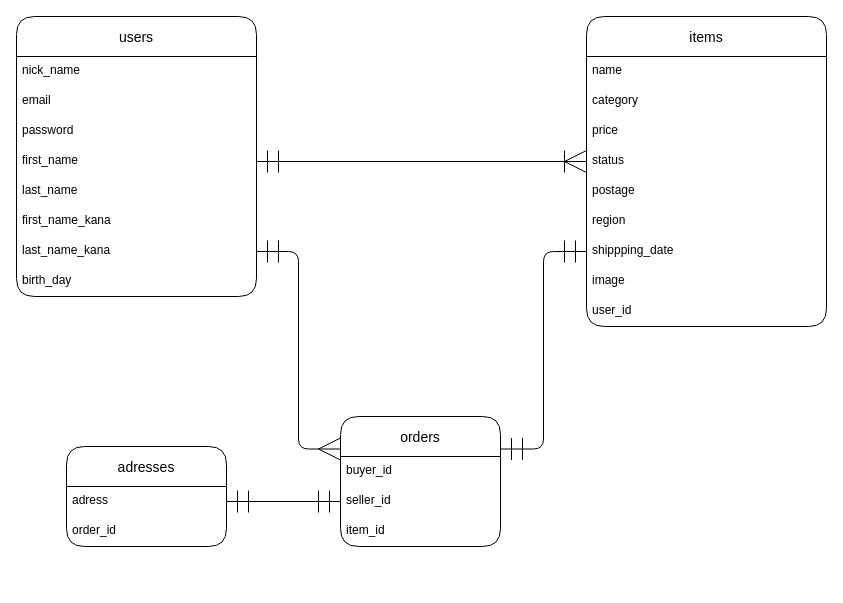
The draw.io diagram furima.dio in ogaki0612/furima-31903, before the edit. Source tidied: cells renumbered, new cells numbered last; positions are measured from the earlier drawing's top-left corner, leaving out a move shared by most shapes. Both pictures are drawn from the tidied source at 100%, with x=0, y=0 at pixel (16, 16).
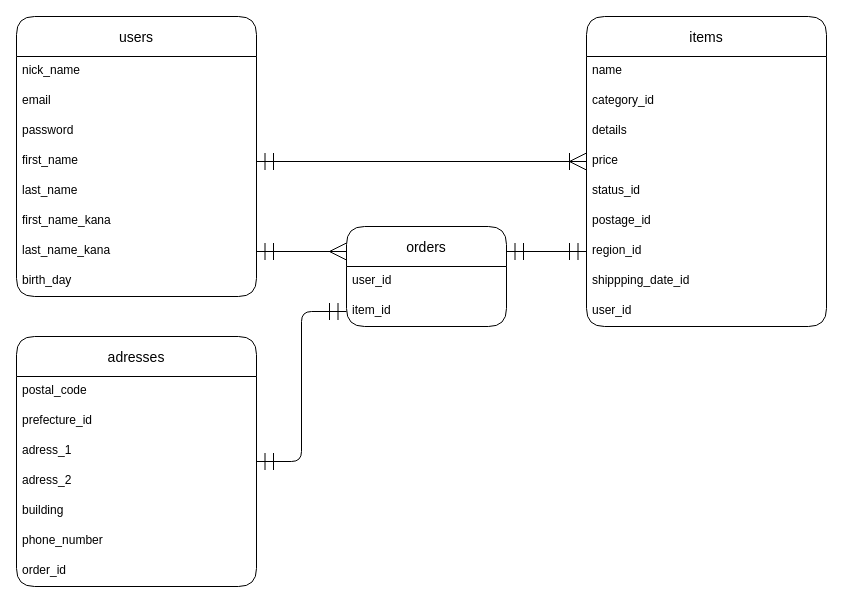
The same page after the edit.

The change refers to these unchanged cells:
```xml
<mxCell id="6" value="first_name" style="text;strokeColor=none;fillColor=none;spacingLeft=4;spacingRight=4;overflow=hidden;points=[[0,0.5],[1,0.5]];portConstraint=eastwest;fontSize=12;rounded=1;" parent="2" vertex="1">
  <mxGeometry y="130" width="240" height="30" as="geometry" />
</mxCell>
<mxCell id="9" value="last_name_kana" style="text;strokeColor=none;fillColor=none;spacingLeft=4;spacingRight=4;overflow=hidden;points=[[0,0.5],[1,0.5]];portConstraint=eastwest;fontSize=12;rounded=1;" parent="2" vertex="1">
  <mxGeometry y="220" width="240" height="30" as="geometry" />
</mxCell>
<mxCell id="11" value="items" style="swimlane;fontStyle=0;horizontal=1;startSize=40;align=center;fontSize=14;rounded=1;" parent="1" vertex="1">
  <mxGeometry x="570" width="240" height="310" as="geometry" />
</mxCell>
```

Diff of the diagram source:
```diff
@@
+    <mxCell id="32" value="category_id" style="text;strokeColor=none;fillColor=none;spacingLeft=4;spacingRight=4;overflow=hidden;fontSize=12;rounded=1;" parent="11" vertex="1">
+      <mxGeometry y="70" width="240" height="30" as="geometry" />
+    </mxCell>
-    <mxCell id="13" value="category" style="text;strokeColor=none;fillColor=none;spacingLeft=4;spacingRight=4;overflow=hidden;fontSize=12;rounded=1;" parent="11" vertex="1">
-      <mxGeometry y="70" width="240" height="30" as="geometry" />
+    <mxCell id="13" value="details" style="text;strokeColor=none;fillColor=none;spacingLeft=4;spacingRight=4;overflow=hidden;fontSize=12;rounded=1;" parent="11" vertex="1">
+      <mxGeometry y="100" width="240" height="30" as="geometry" />
     </mxCell>
     <mxCell id="14" value="price" style="text;strokeColor=none;fillColor=none;spacingLeft=4;spacingRight=4;overflow=hidden;points=[[0,0.5],[1,0.5]];portConstraint=eastwest;fontSize=12;rounded=1;" parent="11" vertex="1">
-      <mxGeometry y="100" width="240" height="30" as="geometry" />
+      <mxGeometry y="130" width="240" height="30" as="geometry" />
     </mxCell>
-    <mxCell id="15" value="status" style="text;strokeColor=none;fillColor=none;spacingLeft=4;spacingRight=4;overflow=hidden;points=[[0,0.5],[1,0.5]];portConstraint=eastwest;fontSize=12;rounded=1;" parent="11" vertex="1">
-      <mxGeometry y="130" width="240" height="30" as="geometry" />
+    <mxCell id="15" value="status_id" style="text;strokeColor=none;fillColor=none;spacingLeft=4;spacingRight=4;overflow=hidden;points=[[0,0.5],[1,0.5]];portConstraint=eastwest;fontSize=12;rounded=1;" parent="11" vertex="1">
+      <mxGeometry y="160" width="240" height="30" as="geometry" />
     </mxCell>
-    <mxCell id="16" value="postage" style="text;strokeColor=none;fillColor=none;spacingLeft=4;spacingRight=4;overflow=hidden;fontSize=12;rounded=1;" parent="11" vertex="1">
-      <mxGeometry y="160" width="240" height="30" as="geometry" />
+    <mxCell id="16" value="postage_id" style="text;strokeColor=none;fillColor=none;spacingLeft=4;spacingRight=4;overflow=hidden;fontSize=12;rounded=1;" parent="11" vertex="1">
+      <mxGeometry y="190" width="240" height="30" as="geometry" />
     </mxCell>
-    <mxCell id="17" value="region" style="text;strokeColor=none;fillColor=none;spacingLeft=4;spacingRight=4;overflow=hidden;points=[[0,0.5],[1,0.5]];portConstraint=eastwest;fontSize=12;rounded=1;" parent="11" vertex="1">
-      <mxGeometry y="190" width="240" height="30" as="geometry" />
+    <mxCell id="17" value="region_id" style="text;strokeColor=none;fillColor=none;spacingLeft=4;spacingRight=4;overflow=hidden;points=[[0,0.5],[1,0.5]];portConstraint=eastwest;fontSize=12;rounded=1;" parent="11" vertex="1">
+      <mxGeometry y="220" width="240" height="30" as="geometry" />
     </mxCell>
-    <mxCell id="18" value="shippping_date" style="text;strokeColor=none;fillColor=none;spacingLeft=4;spacingRight=4;overflow=hidden;points=[[0,0.5],[1,0.5]];portConstraint=eastwest;fontSize=12;rounded=1;" parent="11" vertex="1">
-      <mxGeometry y="220" width="240" height="30" as="geometry" />
+    <mxCell id="18" value="shippping_date_id" style="text;strokeColor=none;fillColor=none;spacingLeft=4;spacingRight=4;overflow=hidden;points=[[0,0.5],[1,0.5]];portConstraint=eastwest;fontSize=12;rounded=1;" parent="11" vertex="1">
+      <mxGeometry y="250" width="240" height="30" as="geometry" />
     </mxCell>
-    <mxCell id="19" value="image" style="text;strokeColor=none;fillColor=none;spacingLeft=4;spacingRight=4;overflow=hidden;fontSize=12;rounded=1;" parent="11" vertex="1">
-      <mxGeometry y="250" width="240" height="30" as="geometry" />
-    </mxCell>
@@
-    <mxCell id="21" style="edgeStyle=orthogonalEdgeStyle;jettySize=auto;html=1;exitX=1;exitY=0.5;exitDx=0;exitDy=0;entryX=0;entryY=0.5;entryDx=0;entryDy=0;startArrow=ERmandOne;startFill=0;endArrow=ERoneToMany;endFill=0;endSize=20;targetPerimeterSpacing=0;startSize=20;" parent="1" edge="1" source="6" target="15">
+    <mxCell id="21" style="edgeStyle=orthogonalEdgeStyle;jettySize=auto;html=1;exitX=1;exitY=0.5;exitDx=0;exitDy=0;startArrow=ERmandOne;startFill=0;endArrow=ERoneToMany;endFill=0;endSize=15;targetPerimeterSpacing=0;startSize=15;entryX=0;entryY=0.5;entryDx=0;entryDy=0;" parent="1" edge="1" source="6" target="14">
       <mxGeometry relative="1" as="geometry" />
     </mxCell>
-    <mxCell id="22" value="adresses" style="swimlane;fontStyle=0;horizontal=1;startSize=40;align=center;fontSize=14;rounded=1;" parent="1" vertex="1">
-      <mxGeometry x="50" y="430" width="160" height="100" as="geometry" />
-    </mxCell>
-    <mxCell id="23" value="adress" style="text;strokeColor=none;fillColor=none;spacingLeft=4;spacingRight=4;overflow=hidden;points=[[0,0.5],[1,0.5]];portConstraint=eastwest;fontSize=12;rounded=1;" parent="22" vertex="1">
-      <mxGeometry y="40" width="160" height="30" as="geometry" />
-    </mxCell>
-    <mxCell id="24" value="order_id" style="text;strokeColor=none;fillColor=none;spacingLeft=4;spacingRight=4;overflow=hidden;fontSize=12;rounded=1;" parent="22" vertex="1">
-      <mxGeometry y="70" width="160" height="30" as="geometry" />
-    </mxCell>
-    <mxCell id="25" style="edgeStyle=orthogonalEdgeStyle;jettySize=auto;html=1;exitX=0;exitY=0.25;exitDx=0;exitDy=0;entryX=1;entryY=0.5;entryDx=0;entryDy=0;startArrow=ERmany;startFill=0;endArrow=ERmandOne;endFill=0;endSize=20;startSize=20;" parent="1" edge="1" source="28" target="9">
+    <mxCell id="25" style="edgeStyle=orthogonalEdgeStyle;jettySize=auto;html=1;exitX=0;exitY=0.25;exitDx=0;exitDy=0;entryX=1;entryY=0.5;entryDx=0;entryDy=0;startArrow=ERmany;startFill=0;endArrow=ERmandOne;endFill=0;endSize=15;startSize=15;" parent="1" edge="1" source="28" target="9">
       <mxGeometry relative="1" as="geometry" />
     </mxCell>
-    <mxCell id="26" style="edgeStyle=orthogonalEdgeStyle;jettySize=auto;html=1;exitX=0;exitY=0.5;exitDx=0;exitDy=0;entryX=1;entryY=0.25;entryDx=0;entryDy=0;startArrow=ERmandOne;startFill=0;startSize=20;endArrow=ERmandOne;endFill=0;endSize=20;" parent="1" edge="1" source="18" target="28">
+    <mxCell id="26" style="edgeStyle=orthogonalEdgeStyle;jettySize=auto;html=1;exitX=0;exitY=0.5;exitDx=0;exitDy=0;entryX=1;entryY=0.25;entryDx=0;entryDy=0;startArrow=ERmandOne;startFill=0;startSize=15;endArrow=ERmandOne;endFill=0;endSize=15;" parent="1" edge="1" source="17" target="28">
       <mxGeometry relative="1" as="geometry" />
     </mxCell>
-    <mxCell id="27" style="edgeStyle=orthogonalEdgeStyle;jettySize=auto;html=1;exitX=1;exitY=0.5;exitDx=0;exitDy=0;entryX=0;entryY=0.5;entryDx=0;entryDy=0;startArrow=ERmandOne;startFill=0;startSize=20;endArrow=ERmandOne;endFill=0;endSize=20;" parent="1" edge="1" source="23" target="30">
-      <mxGeometry relative="1" as="geometry" />
-    </mxCell>
     <mxCell id="28" value="orders" style="swimlane;fontStyle=0;horizontal=1;startSize=40;align=center;fontSize=14;rounded=1;" parent="1" vertex="1">
-      <mxGeometry x="324" y="400" width="160" height="130" as="geometry" />
+      <mxGeometry x="330" y="210" width="160" height="100" as="geometry" />
     </mxCell>
-    <mxCell id="29" value="buyer_id" style="text;strokeColor=none;fillColor=none;spacingLeft=4;spacingRight=4;overflow=hidden;fontSize=12;rounded=1;" parent="28" vertex="1">
+    <mxCell id="29" value="user_id" style="text;strokeColor=none;fillColor=none;spacingLeft=4;spacingRight=4;overflow=hidden;fontSize=12;rounded=1;" parent="28" vertex="1">
       <mxGeometry y="40" width="160" height="30" as="geometry" />
     </mxCell>
-    <mxCell id="30" value="seller_id" style="text;strokeColor=none;fillColor=none;spacingLeft=4;spacingRight=4;overflow=hidden;points=[[0,0.5],[1,0.5]];portConstraint=eastwest;fontSize=12;rounded=1;" parent="28" vertex="1">
-      <mxGeometry y="70" width="160" height="30" as="geometry" />
-    </mxCell>
     <mxCell id="31" value="item_id" style="text;strokeColor=none;fillColor=none;spacingLeft=4;spacingRight=4;overflow=hidden;points=[[0,0.5],[1,0.5]];portConstraint=eastwest;fontSize=12;rounded=1;" parent="28" vertex="1">
-      <mxGeometry y="100" width="160" height="30" as="geometry" />
+      <mxGeometry y="70" width="160" height="30" as="geometry" />
     </mxCell>
+    <mxCell id="33" style="edgeStyle=orthogonalEdgeStyle;curved=0;rounded=1;sketch=0;jettySize=auto;html=1;exitX=1;exitY=0.5;exitDx=0;exitDy=0;entryX=0;entryY=0.5;entryDx=0;entryDy=0;startArrow=ERmandOne;startFill=0;endArrow=ERmandOne;endFill=0;endSize=15;startSize=15;" parent="1" edge="1" source="22" target="31">
+      <mxGeometry relative="1" as="geometry" />
+    </mxCell>
+    <mxCell id="22" value="adresses" style="swimlane;fontStyle=0;horizontal=1;startSize=40;align=center;fontSize=14;rounded=1;" parent="1" vertex="1">
+      <mxGeometry y="320" width="240" height="250" as="geometry" />
+    </mxCell>
+    <mxCell id="34" value="postal_code" style="text;strokeColor=none;fillColor=none;spacingLeft=4;spacingRight=4;overflow=hidden;fontSize=12;rounded=1;" parent="22" vertex="1">
+      <mxGeometry y="40" width="240" height="30" as="geometry" />
+    </mxCell>
+    <mxCell id="35" value="prefecture_id" style="text;strokeColor=none;fillColor=none;spacingLeft=4;spacingRight=4;overflow=hidden;fontSize=12;rounded=1;" parent="22" vertex="1">
+      <mxGeometry y="70" width="240" height="30" as="geometry" />
+    </mxCell>
+    <mxCell id="36" value="adress_1" style="text;strokeColor=none;fillColor=none;spacingLeft=4;spacingRight=4;overflow=hidden;fontSize=12;rounded=1;" parent="22" vertex="1">
+      <mxGeometry y="100" width="240" height="30" as="geometry" />
+    </mxCell>
+    <mxCell id="37" value="adress_2" style="text;strokeColor=none;fillColor=none;spacingLeft=4;spacingRight=4;overflow=hidden;fontSize=12;rounded=1;" parent="22" vertex="1">
+      <mxGeometry y="130" width="240" height="30" as="geometry" />
+    </mxCell>
+    <mxCell id="38" value="building" style="text;strokeColor=none;fillColor=none;spacingLeft=4;spacingRight=4;overflow=hidden;fontSize=12;rounded=1;" parent="22" vertex="1">
+      <mxGeometry y="160" width="240" height="30" as="geometry" />
+    </mxCell>
+    <mxCell id="24" value="phone_number" style="text;strokeColor=none;fillColor=none;spacingLeft=4;spacingRight=4;overflow=hidden;fontSize=12;rounded=1;" parent="22" vertex="1">
+      <mxGeometry y="190" width="240" height="30" as="geometry" />
+    </mxCell>
+    <mxCell id="39" value="order_id" style="text;strokeColor=none;fillColor=none;spacingLeft=4;spacingRight=4;overflow=hidden;fontSize=12;rounded=1;" parent="22" vertex="1">
+      <mxGeometry y="220" width="240" height="30" as="geometry" />
+    </mxCell>
```
